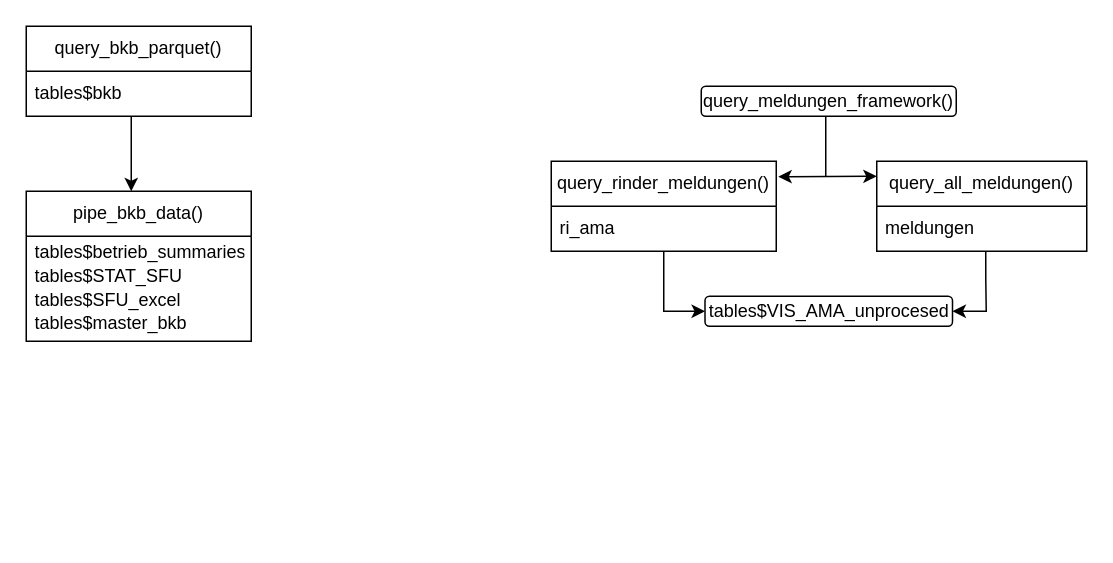
The draw.io diagram Schlachtstatistik.drawio in snsawyer/my-first-repo, before the edit. Source tidied: cells renumbered, new cells numbered last; positions are measured from the earlier drawing's top-left corner, leaving out a move shared by most shapes. Both pictures are drawn from the tidied source at 150%, with x=0, y=0 at pixel (26, 26).
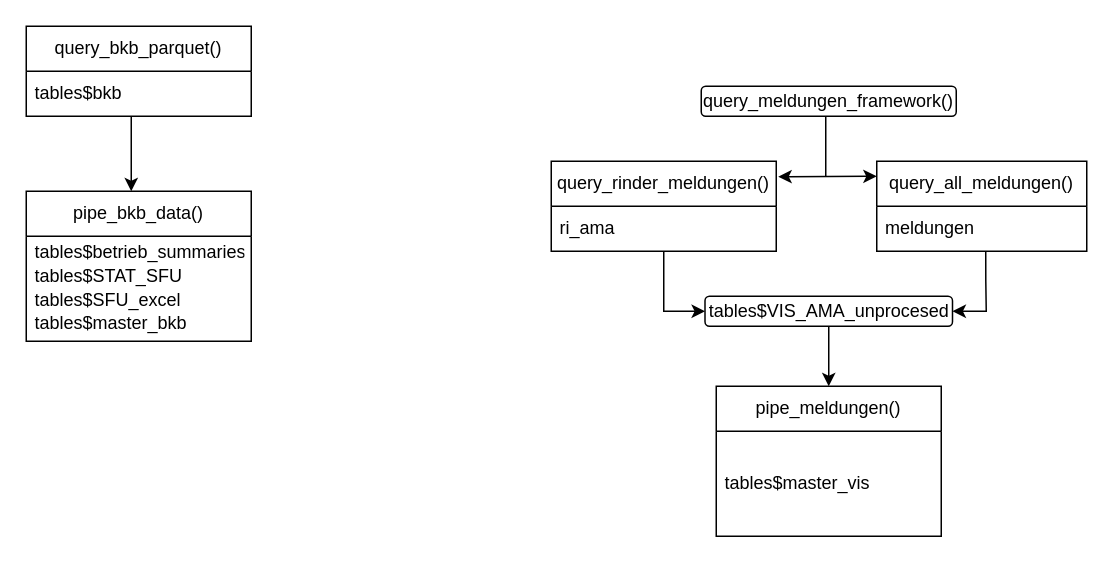
The same diagram, later.

Unchanged cells that the change refers to:
```xml
<mxCell id="12" value="tables$VIS_AMA_unprocesed" style="rounded=1;whiteSpace=wrap;html=1;" parent="1" vertex="1">
  <mxGeometry x="452.5" y="180" width="165" height="20" as="geometry" />
</mxCell>
```

The edit, as a diff of the source:
```diff
@@
+    <mxCell id="17" style="edgeStyle=orthogonalEdgeStyle;rounded=0;jettySize=auto;html=1;entryX=0.5;entryY=0;entryDx=0;entryDy=0;" parent="1" edge="1" source="12" target="18">
+      <mxGeometry relative="1" as="geometry" />
+    </mxCell>
@@
+    <mxCell id="18" value="pipe_meldungen()" style="swimlane;fontStyle=0;horizontal=1;startSize=30;whiteSpace=wrap;html=1;align=center;" parent="1" vertex="1">
+      <mxGeometry x="460" y="240" width="150" height="100" as="geometry" />
+    </mxCell>
+    <mxCell id="19" value="&lt;div style=&quot;line-height: 130%;&quot;&gt;&lt;span style=&quot;background-color: transparent; color: light-dark(rgb(0, 0, 0), rgb(255, 255, 255));&quot;&gt;tables$master_vis&lt;/span&gt;&lt;div style=&quot;padding-top: 0px;&quot;&gt;&lt;div&gt;&lt;/div&gt;&lt;/div&gt;&lt;/div&gt;" style="text;strokeColor=none;fillColor=none;align=left;verticalAlign=middle;spacingLeft=4;spacingRight=4;overflow=hidden;whiteSpace=wrap;html=1;imageWidth=24;imageHeight=24;labelPosition=center;verticalLabelPosition=middle;spacingTop=0;spacingBottom=0;spacing=2;" parent="18" vertex="1">
+      <mxGeometry y="30" width="150" height="70" as="geometry" />
+    </mxCell>
```
